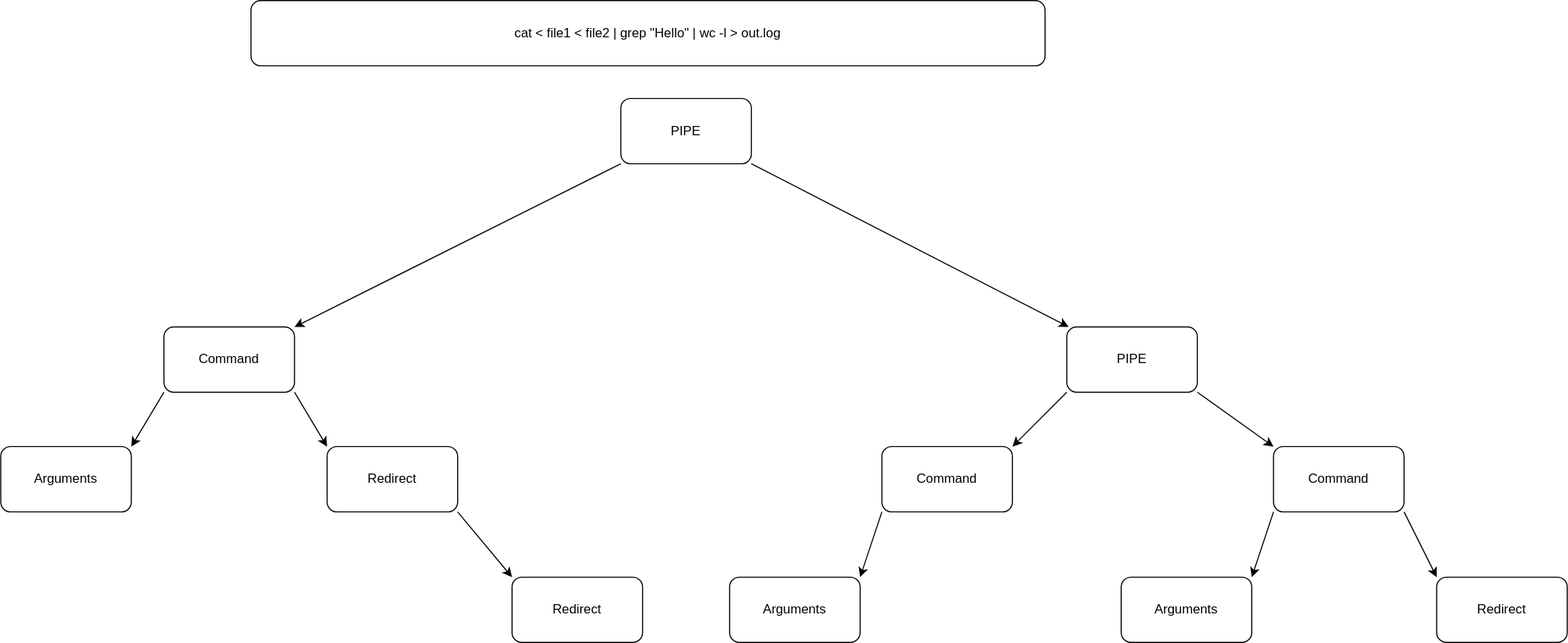
Before: AST.drawio.svg, a diagram exported from draw.io (leonfabi/minishell). Source tidied: cells renumbered, new cells last; positions are measured from the earlier drawing's top-left corner, leaving out a move shared by most shapes. Its diagram source:
```xml
<mxGraphModel>
  <root>
    <mxCell id="0" />
    <mxCell id="1" parent="0" />
    <mxCell id="2" style="edgeStyle=none;html=1;exitX=0;exitY=1;exitDx=0;exitDy=0;entryX=1;entryY=0;entryDx=0;entryDy=0;" parent="1" edge="1" source="4" target="11">
      <mxGeometry relative="1" as="geometry" />
    </mxCell>
    <mxCell id="3" style="edgeStyle=none;html=1;exitX=1;exitY=1;exitDx=0;exitDy=0;" parent="1" edge="1" source="4" target="7">
      <mxGeometry relative="1" as="geometry" />
    </mxCell>
    <mxCell id="4" value="PIPE" style="rounded=1;whiteSpace=wrap;html=1;" parent="1" vertex="1">
      <mxGeometry x="570" y="90" width="120" height="60" as="geometry" />
    </mxCell>
    <mxCell id="5" style="edgeStyle=none;html=1;exitX=0;exitY=1;exitDx=0;exitDy=0;entryX=1;entryY=0;entryDx=0;entryDy=0;" parent="1" edge="1" source="7" target="16">
      <mxGeometry relative="1" as="geometry" />
    </mxCell>
    <mxCell id="6" style="edgeStyle=none;html=1;exitX=1;exitY=1;exitDx=0;exitDy=0;entryX=0;entryY=0;entryDx=0;entryDy=0;" parent="1" edge="1" source="7" target="19">
      <mxGeometry relative="1" as="geometry" />
    </mxCell>
    <mxCell id="7" value="PIPE" style="rounded=1;whiteSpace=wrap;html=1;" parent="1" vertex="1">
      <mxGeometry x="980" y="300" width="120" height="60" as="geometry" />
    </mxCell>
    <mxCell id="8" value="cat &amp;lt; file1 &amp;lt; file2 | grep &quot;Hello&quot; | wc -l &amp;gt; out.log" style="rounded=1;whiteSpace=wrap;html=1;" parent="1" vertex="1">
      <mxGeometry x="230" width="730" height="60" as="geometry" />
    </mxCell>
    <mxCell id="9" style="edgeStyle=none;html=1;exitX=1;exitY=1;exitDx=0;exitDy=0;entryX=0;entryY=0;entryDx=0;entryDy=0;" parent="1" edge="1" source="11" target="13">
      <mxGeometry relative="1" as="geometry" />
    </mxCell>
    <mxCell id="10" style="edgeStyle=none;html=1;exitX=0;exitY=1;exitDx=0;exitDy=0;entryX=1;entryY=0;entryDx=0;entryDy=0;" parent="1" edge="1" source="11" target="20">
      <mxGeometry relative="1" as="geometry" />
    </mxCell>
    <mxCell id="11" value="Command" style="rounded=1;whiteSpace=wrap;html=1;" parent="1" vertex="1">
      <mxGeometry x="150" y="300" width="120" height="60" as="geometry" />
    </mxCell>
    <mxCell id="12" style="edgeStyle=none;html=1;exitX=1;exitY=1;exitDx=0;exitDy=0;entryX=0;entryY=0;entryDx=0;entryDy=0;" parent="1" edge="1" source="13" target="14">
      <mxGeometry relative="1" as="geometry" />
    </mxCell>
    <mxCell id="13" value="Redirect" style="rounded=1;whiteSpace=wrap;html=1;" parent="1" vertex="1">
      <mxGeometry x="300" y="410" width="120" height="60" as="geometry" />
    </mxCell>
    <mxCell id="14" value="Redirect" style="rounded=1;whiteSpace=wrap;html=1;" parent="1" vertex="1">
      <mxGeometry x="470" y="530" width="120" height="60" as="geometry" />
    </mxCell>
    <mxCell id="15" style="edgeStyle=none;html=1;exitX=0;exitY=1;exitDx=0;exitDy=0;entryX=1;entryY=0;entryDx=0;entryDy=0;" parent="1" edge="1" source="16" target="21">
      <mxGeometry relative="1" as="geometry" />
    </mxCell>
    <mxCell id="16" value="Command" style="rounded=1;whiteSpace=wrap;html=1;" parent="1" vertex="1">
      <mxGeometry x="810" y="410" width="120" height="60" as="geometry" />
    </mxCell>
    <mxCell id="17" style="edgeStyle=none;html=1;exitX=0;exitY=1;exitDx=0;exitDy=0;entryX=1;entryY=0;entryDx=0;entryDy=0;" parent="1" edge="1" source="19" target="22">
      <mxGeometry relative="1" as="geometry" />
    </mxCell>
    <mxCell id="18" style="edgeStyle=none;html=1;exitX=1;exitY=1;exitDx=0;exitDy=0;entryX=0;entryY=0;entryDx=0;entryDy=0;" parent="1" edge="1" source="19" target="23">
      <mxGeometry relative="1" as="geometry" />
    </mxCell>
    <mxCell id="19" value="Command" style="rounded=1;whiteSpace=wrap;html=1;" parent="1" vertex="1">
      <mxGeometry x="1170" y="410" width="120" height="60" as="geometry" />
    </mxCell>
    <mxCell id="20" value="Arguments" style="rounded=1;whiteSpace=wrap;html=1;" parent="1" vertex="1">
      <mxGeometry y="410" width="120" height="60" as="geometry" />
    </mxCell>
    <mxCell id="21" value="Arguments" style="rounded=1;whiteSpace=wrap;html=1;" parent="1" vertex="1">
      <mxGeometry x="670" y="530" width="120" height="60" as="geometry" />
    </mxCell>
    <mxCell id="22" value="Arguments" style="rounded=1;whiteSpace=wrap;html=1;" parent="1" vertex="1">
      <mxGeometry x="1030" y="530" width="120" height="60" as="geometry" />
    </mxCell>
    <mxCell id="23" value="Redirect" style="rounded=1;whiteSpace=wrap;html=1;" parent="1" vertex="1">
      <mxGeometry x="1320" y="530" width="120" height="60" as="geometry" />
    </mxCell>
  </root>
</mxGraphModel>
```
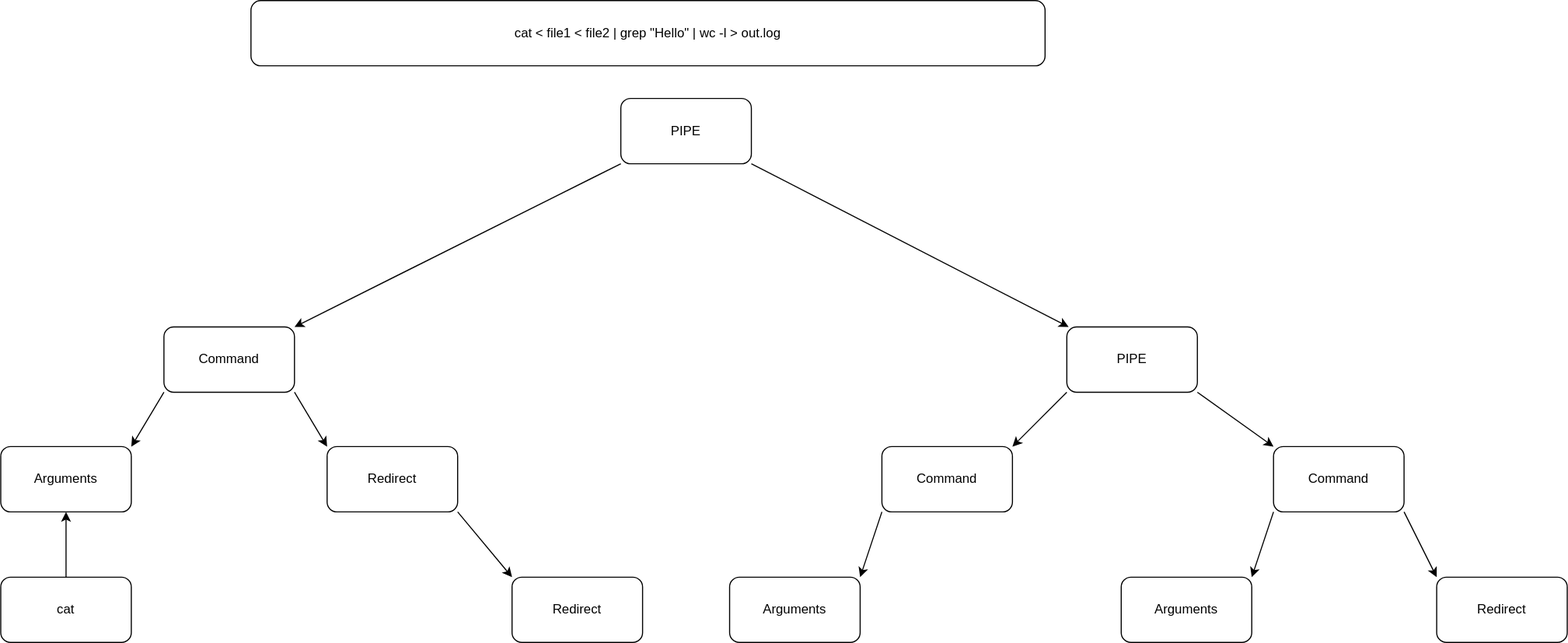
Above is the later version.

The edit, as a diff of the source:
```diff
@@ -68,5 +68,11 @@
     <mxCell id="23" value="Redirect" style="rounded=1;whiteSpace=wrap;html=1;" parent="1" vertex="1">
       <mxGeometry x="1320" y="530" width="120" height="60" as="geometry" />
     </mxCell>
+    <mxCell id="24" style="edgeStyle=none;html=1;exitX=0.5;exitY=0;exitDx=0;exitDy=0;entryX=0.5;entryY=1;entryDx=0;entryDy=0;" parent="1" edge="1" source="25" target="20">
+      <mxGeometry relative="1" as="geometry" />
+    </mxCell>
+    <mxCell id="25" value="cat" style="rounded=1;whiteSpace=wrap;html=1;" parent="1" vertex="1">
+      <mxGeometry y="530" width="120" height="60" as="geometry" />
+    </mxCell>
   </root>
 </mxGraphModel>
```
